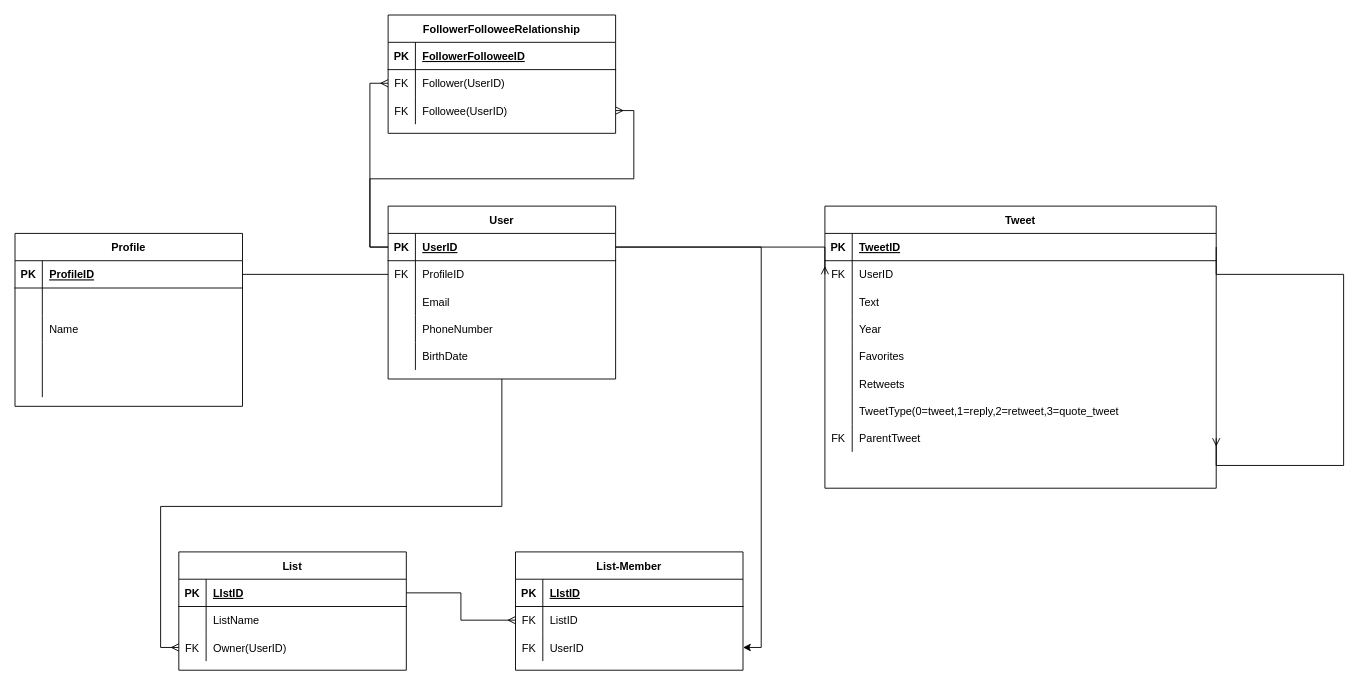
Earlier version of the draw.io diagram 名称未設定ファイル.drawio (kutimiti1234/git_it). Source tidied: cells renumbered, new cells numbered last; positions are measured from the earlier drawing's top-left corner, leaving out a move shared by most shapes. Both pictures are drawn from the tidied source at 91%, with x=0, y=0 at pixel (15, 15).
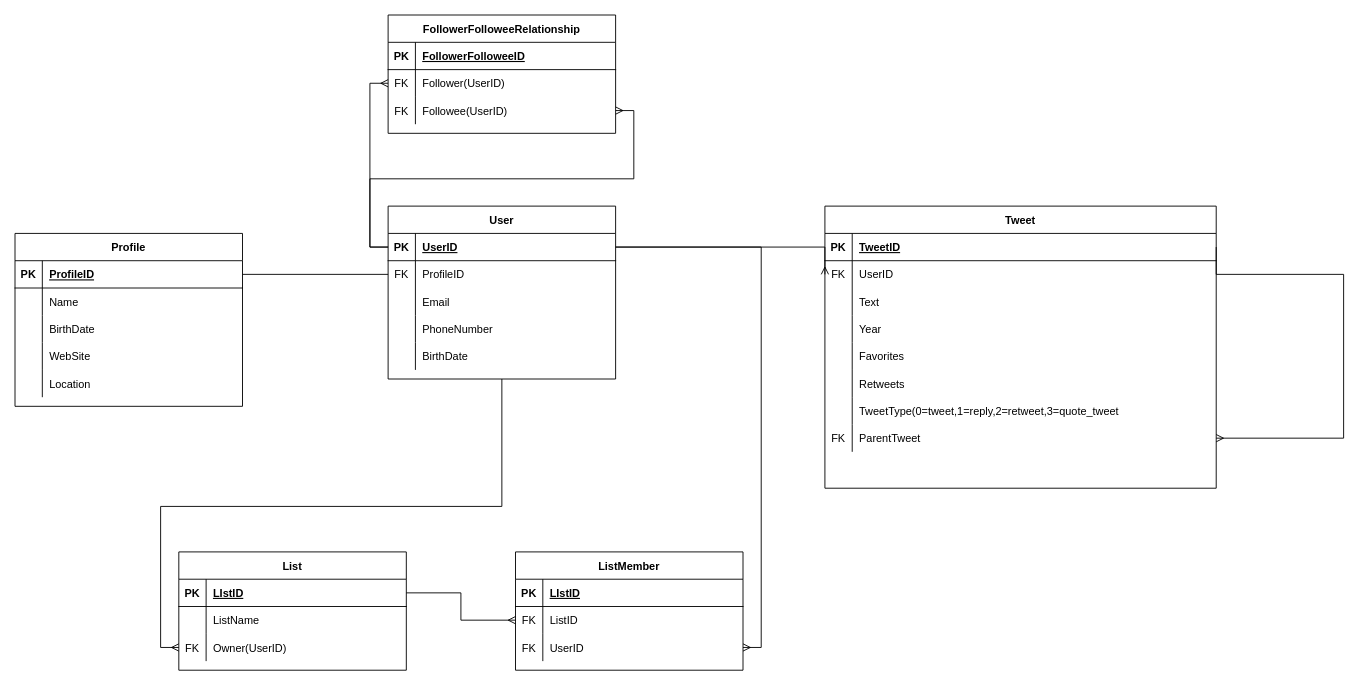
The same page after the edit.

Commit message:
名称未設定ファイル.drawio を更新します

Unchanged cells that the change refers to:
```xml
<mxCell id="5" style="shape=partialRectangle;fillColor=none;points=[[0,0.5],[1,0.5]];portConstraint=eastwest;top=0;left=0;right=0;bottom=1;" parent="4" vertex="1">
  <mxGeometry y="30" width="250" height="30" as="geometry" />
</mxCell>
<mxCell id="24" style="shape=partialRectangle;fillColor=none;top=0;left=0;right=0;bottom=0;" parent="20" vertex="1">
  <mxGeometry y="60" width="250" height="30" as="geometry" />
</mxCell>
<mxCell id="27" style="shape=partialRectangle;fillColor=none;top=0;left=0;right=0;bottom=0;" parent="20" vertex="1">
  <mxGeometry y="90" width="250" height="30" as="geometry" />
</mxCell>
<mxCell id="30" style="shape=partialRectangle;fillColor=none;top=0;left=0;right=0;bottom=0;" parent="20" vertex="1">
  <mxGeometry y="120" width="250" height="30" as="geometry" />
</mxCell>
<mxCell id="33" style="shape=partialRectangle;fillColor=none;top=0;left=0;right=0;bottom=0;" parent="20" vertex="1">
  <mxGeometry y="150" width="250" height="30" as="geometry" />
</mxCell>
<mxCell id="37" style="shape=partialRectangle;fillColor=none;points=[[0,0.5],[1,0.5]];portConstraint=eastwest;top=0;left=0;right=0;bottom=1;" parent="36" vertex="1">
  <mxGeometry y="30" width="430" height="30" as="geometry" />
</mxCell>
<mxCell id="58" style="shape=partialRectangle;fillColor=none;points=[[0,0.5],[1,0.5]];portConstraint=eastwest;top=0;left=0;right=0;bottom=0;" parent="36" vertex="1">
  <mxGeometry y="240" width="430" height="30" as="geometry" />
</mxCell>
<mxCell id="92" style="shape=partialRectangle;fillColor=none;points=[[0,0.5],[1,0.5]];portConstraint=eastwest;top=0;left=0;right=0;bottom=0;" parent="85" vertex="1">
  <mxGeometry y="90" width="250" height="30" as="geometry" />
</mxCell>
```

Change to the diagram source:
```diff
@@
     <mxCell id="2" style="edgeStyle=orthogonalEdgeStyle;rounded=0;jettySize=auto;html=1;exitX=1;exitY=0.5;exitDx=0;exitDy=0;entryX=1;entryY=0.5;entryDx=0;entryDy=0;endArrow=ERmany;endFill=0;" parent="1" edge="1" source="37" target="58">
       <mxGeometry relative="1" as="geometry">
         <Array as="points">
+          <mxPoint x="1320" y="285" />
           <mxPoint x="1460" y="285" />
-          <mxPoint x="1460" y="495" />
+          <mxPoint x="1460" y="465" />
         </Array>
       </mxGeometry>
     </mxCell>
@@
-    <mxCell id="26" style="shape=partialRectangle;overflow=hidden;fillColor=none;top=0;left=0;bottom=0;right=0;align=left;spacingLeft=6;" parent="24" vertex="1">
+    <mxCell id="26" value="Name" style="shape=partialRectangle;overflow=hidden;fillColor=none;top=0;left=0;bottom=0;right=0;align=left;spacingLeft=6;" parent="24" vertex="1">
       <mxGeometry x="30" width="220" height="30" as="geometry" />
     </mxCell>
@@
-    <mxCell id="29" value="Name" style="shape=partialRectangle;overflow=hidden;fillColor=none;top=0;left=0;bottom=0;right=0;align=left;spacingLeft=6;" parent="27" vertex="1">
+    <mxCell id="29" value="BirthDate" style="shape=partialRectangle;overflow=hidden;fillColor=none;top=0;left=0;bottom=0;right=0;align=left;spacingLeft=6;" parent="27" vertex="1">
       <mxGeometry x="30" width="220" height="30" as="geometry" />
     </mxCell>
@@
-    <mxCell id="32" style="shape=partialRectangle;overflow=hidden;fillColor=none;top=0;left=0;bottom=0;right=0;align=left;spacingLeft=6;" parent="30" vertex="1">
+    <mxCell id="32" value="WebSite" style="shape=partialRectangle;overflow=hidden;fillColor=none;top=0;left=0;bottom=0;right=0;align=left;spacingLeft=6;" parent="30" vertex="1">
       <mxGeometry x="30" width="220" height="30" as="geometry" />
     </mxCell>
@@
-    <mxCell id="35" style="shape=partialRectangle;overflow=hidden;fillColor=none;top=0;left=0;bottom=0;right=0;align=left;spacingLeft=6;" parent="33" vertex="1">
+    <mxCell id="35" value="Location" style="shape=partialRectangle;overflow=hidden;fillColor=none;top=0;left=0;bottom=0;right=0;align=left;spacingLeft=6;" parent="33" vertex="1">
       <mxGeometry x="30" width="220" height="30" as="geometry" />
     </mxCell>
@@
-    <mxCell id="85" value="List-Member" style="shape=table;startSize=30;childLayout=tableLayout;rowLines=0;fontStyle=1;align=center;" parent="1" vertex="1">
+    <mxCell id="85" value="ListMember" style="shape=table;startSize=30;childLayout=tableLayout;rowLines=0;fontStyle=1;align=center;" parent="1" vertex="1">
       <mxGeometry x="550" y="590" width="250" height="130" as="geometry" />
     </mxCell>
@@
-    <mxCell id="96" style="edgeStyle=orthogonalEdgeStyle;rounded=0;jettySize=auto;html=1;entryX=1;entryY=0.5;entryDx=0;entryDy=0;" parent="1" edge="1" source="5" target="92">
+    <mxCell id="96" style="edgeStyle=orthogonalEdgeStyle;rounded=0;jettySize=auto;html=1;entryX=1;entryY=0.5;entryDx=0;entryDy=0;endArrow=ERmany;endFill=0;" parent="1" edge="1" source="5" target="92">
       <mxGeometry relative="1" as="geometry" />
     </mxCell>
```
